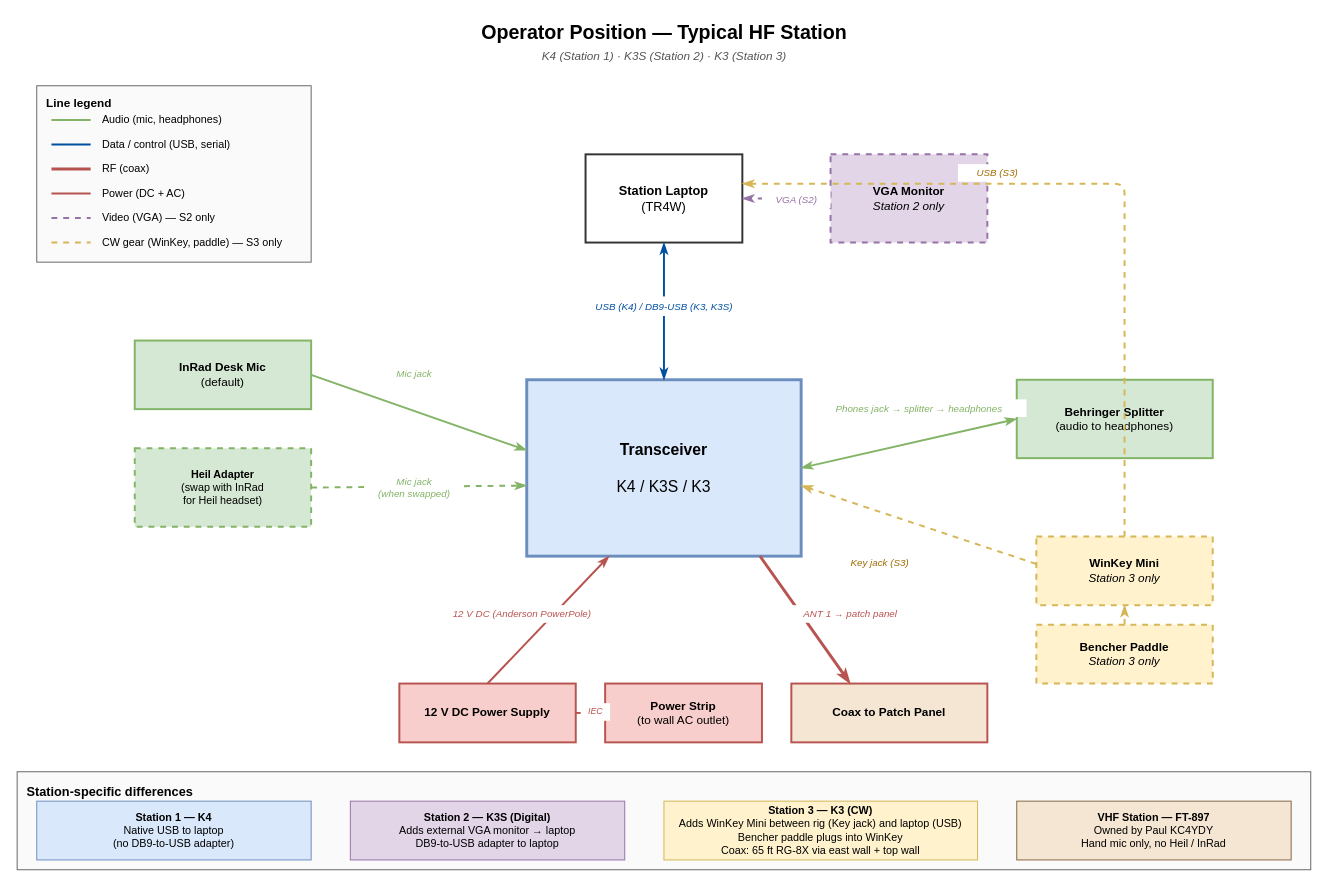
This is site-setup/operator-position.drawio from ny4i/pinellas-field-day, a draw.io file, before an edit. Source tidied: cells renumbered, new cells numbered last; positions are measured from the earlier drawing's top-left corner, leaving out a move shared by most shapes. Both pictures are drawn from the tidied source at 98%, with x=0, y=0 at pixel (17, 17).
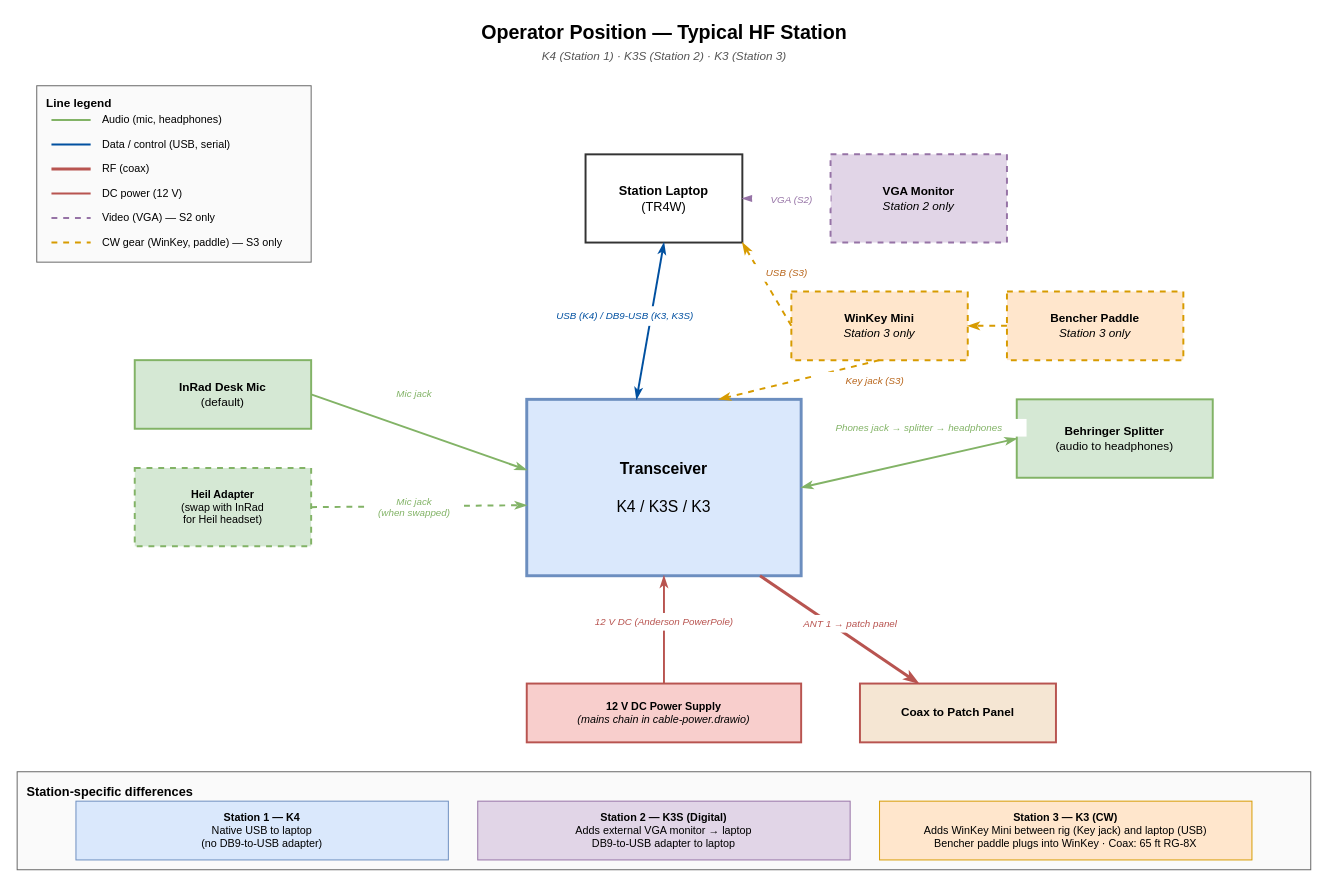
The same diagram, later.

Commit message (it also covers changes not shown here):
Add README with diagram viewing instructions; fix operator-position diagram

README covers folder layout and how to view .drawio files (web at
app.diagrams.net, Draw.io Desktop, VS Code extension).

operator-position.drawio: dropped VHF callout (wrong scope for an HF station
diagram), repositioned WinKey between rig and laptop to reflect its inline
role, removed power strip (mains chain belongs in cable-power.drawio),
recoloured CW gear orange to avoid collision with VHF yellow used in
site-layout.drawio.

The change refers to these unchanged cells:
```xml
<mxCell id="5" value="&lt;b&gt;Station Laptop&lt;/b&gt;&#10;(TR4W)" style="rounded=0;whiteSpace=wrap;html=1;fillColor=#ffffff;strokeColor=#333333;strokeWidth=2;fontSize=13;align=center;verticalAlign=middle;" parent="1" vertex="1">
  <mxGeometry x="580" y="140" width="160" height="90" as="geometry" />
</mxCell>
```

What changed in the source:
```diff
@@
     <mxCell id="4" value="&lt;b&gt;Transceiver&lt;/b&gt;&#10;&#10;K4 / K3S / K3" style="rounded=0;whiteSpace=wrap;html=1;fillColor=#dae8fc;strokeColor=#6c8ebf;strokeWidth=3;fontSize=16;align=center;verticalAlign=middle;" parent="1" vertex="1">
-      <mxGeometry x="520" y="370" width="280" height="180" as="geometry" />
+      <mxGeometry x="520" y="390" width="280" height="180" as="geometry" />
     </mxCell>
@@
     <mxCell id="6" value="&lt;b&gt;InRad Desk Mic&lt;/b&gt;&#10;(default)" style="rounded=0;whiteSpace=wrap;html=1;fillColor=#d5e8d4;strokeColor=#82b366;strokeWidth=2;fontSize=12;align=center;verticalAlign=middle;" parent="1" vertex="1">
-      <mxGeometry x="120" y="330" width="180" height="70" as="geometry" />
+      <mxGeometry x="120" y="350" width="180" height="70" as="geometry" />
     </mxCell>
     <mxCell id="7" value="&lt;b&gt;Heil Adapter&lt;/b&gt;&#10;(swap with InRad&#10;for Heil headset)" style="rounded=0;whiteSpace=wrap;html=1;fillColor=#d5e8d4;strokeColor=#82b366;strokeWidth=2;dashed=1;fontSize=11;align=center;verticalAlign=middle;" parent="1" vertex="1">
-      <mxGeometry x="120" y="440" width="180" height="80" as="geometry" />
+      <mxGeometry x="120" y="460" width="180" height="80" as="geometry" />
     </mxCell>
     <mxCell id="8" value="&lt;b&gt;Behringer Splitter&lt;/b&gt;&#10;(audio to headphones)" style="rounded=0;whiteSpace=wrap;html=1;fillColor=#d5e8d4;strokeColor=#82b366;strokeWidth=2;fontSize=12;align=center;verticalAlign=middle;" parent="1" vertex="1">
-      <mxGeometry x="1020" y="370" width="200" height="80" as="geometry" />
+      <mxGeometry x="1020" y="390" width="200" height="80" as="geometry" />
     </mxCell>
-    <mxCell id="9" value="&lt;b&gt;12 V DC Power Supply&lt;/b&gt;" style="rounded=0;whiteSpace=wrap;html=1;fillColor=#f8cecc;strokeColor=#b85450;strokeWidth=2;fontSize=12;align=center;verticalAlign=middle;" parent="1" vertex="1">
-      <mxGeometry x="390" y="680" width="180" height="60" as="geometry" />
+    <mxCell id="9" value="&lt;b&gt;12 V DC Power Supply&lt;/b&gt;&#10;&lt;i&gt;(mains chain in cable-power.drawio)&lt;/i&gt;" style="rounded=0;whiteSpace=wrap;html=1;fillColor=#f8cecc;strokeColor=#b85450;strokeWidth=2;fontSize=11;align=center;verticalAlign=middle;" parent="1" vertex="1">
+      <mxGeometry x="520" y="680" width="280" height="60" as="geometry" />
     </mxCell>
-    <mxCell id="10" value="&lt;b&gt;Power Strip&lt;/b&gt;&#10;(to wall AC outlet)" style="rounded=0;whiteSpace=wrap;html=1;fillColor=#f8cecc;strokeColor=#b85450;strokeWidth=2;fontSize=12;align=center;verticalAlign=middle;" parent="1" vertex="1">
-      <mxGeometry x="600" y="680" width="160" height="60" as="geometry" />
-    </mxCell>
     <mxCell id="11" value="&lt;b&gt;Coax to Patch Panel&lt;/b&gt;" style="rounded=0;whiteSpace=wrap;html=1;fillColor=#f5e6d3;strokeColor=#B85450;strokeWidth=2;fontSize=12;align=center;verticalAlign=middle;" parent="1" vertex="1">
-      <mxGeometry x="790" y="680" width="200" height="60" as="geometry" />
+      <mxGeometry x="860" y="680" width="200" height="60" as="geometry" />
     </mxCell>
     <mxCell id="12" value="&lt;b&gt;VGA Monitor&lt;/b&gt;&#10;&lt;i&gt;Station 2 only&lt;/i&gt;" style="rounded=0;whiteSpace=wrap;html=1;fillColor=#e1d5e7;strokeColor=#9673a6;strokeWidth=2;dashed=1;fontSize=12;align=center;verticalAlign=middle;" parent="1" vertex="1">
-      <mxGeometry x="830" y="140" width="160" height="90" as="geometry" />
+      <mxGeometry x="830" y="140" width="180" height="90" as="geometry" />
     </mxCell>
-    <mxCell id="13" value="&lt;b&gt;WinKey Mini&lt;/b&gt;&#10;&lt;i&gt;Station 3 only&lt;/i&gt;" style="rounded=0;whiteSpace=wrap;html=1;fillColor=#fff2cc;strokeColor=#d6b656;strokeWidth=2;dashed=1;fontSize=12;align=center;verticalAlign=middle;" parent="1" vertex="1">
-      <mxGeometry x="1040" y="530" width="180" height="70" as="geometry" />
+    <mxCell id="13" value="&lt;b&gt;WinKey Mini&lt;/b&gt;&#10;&lt;i&gt;Station 3 only&lt;/i&gt;" style="rounded=0;whiteSpace=wrap;html=1;fillColor=#ffe6cc;strokeColor=#d79b00;strokeWidth=2;dashed=1;fontSize=12;align=center;verticalAlign=middle;" parent="1" vertex="1">
+      <mxGeometry x="790" y="280" width="180" height="70" as="geometry" />
     </mxCell>
-    <mxCell id="14" value="&lt;b&gt;Bencher Paddle&lt;/b&gt;&#10;&lt;i&gt;Station 3 only&lt;/i&gt;" style="rounded=0;whiteSpace=wrap;html=1;fillColor=#fff2cc;strokeColor=#d6b656;strokeWidth=2;dashed=1;fontSize=12;align=center;verticalAlign=middle;" parent="1" vertex="1">
-      <mxGeometry x="1040" y="620" width="180" height="60" as="geometry" />
+    <mxCell id="14" value="&lt;b&gt;Bencher Paddle&lt;/b&gt;&#10;&lt;i&gt;Station 3 only&lt;/i&gt;" style="rounded=0;whiteSpace=wrap;html=1;fillColor=#ffe6cc;strokeColor=#d79b00;strokeWidth=2;dashed=1;fontSize=12;align=center;verticalAlign=middle;" parent="1" vertex="1">
+      <mxGeometry x="1010" y="280" width="180" height="70" as="geometry" />
     </mxCell>
-    <mxCell id="15" style="endArrow=classicThin;startArrow=classicThin;html=1;strokeColor=#0050a0;strokeWidth=2;exitX=0.5;exitY=1;entryX=0.5;entryY=0;" parent="1" edge="1" source="5" target="4">
+    <mxCell id="15" style="endArrow=classicThin;startArrow=classicThin;html=1;strokeColor=#0050a0;strokeWidth=2;exitX=0.5;exitY=1;entryX=0.4;entryY=0;" parent="1" edge="1" source="5" target="4">
       <mxGeometry relative="1" as="geometry" />
     </mxCell>
     <mxCell id="16" value="USB (K4)  /  DB9-USB (K3, K3S)" style="text;html=1;align=center;verticalAlign=middle;fontSize=10;fontStyle=2;fontColor=#0050a0;fillColor=#ffffff;strokeColor=none;" parent="1" vertex="1">
-      <mxGeometry x="540" y="285" width="240" height="20" as="geometry" />
+      <mxGeometry x="500" y="295" width="240" height="20" as="geometry" />
     </mxCell>
@@
     <mxCell id="18" value="Mic jack" style="text;html=1;align=center;verticalAlign=middle;fontSize=10;fontStyle=2;fontColor=#82b366;fillColor=#ffffff;strokeColor=none;" parent="1" vertex="1">
-      <mxGeometry x="355" y="355" width="100" height="18" as="geometry" />
+      <mxGeometry x="355" y="375" width="100" height="18" as="geometry" />
     </mxCell>
@@
     <mxCell id="20" value="Mic jack&#10;(when swapped)" style="text;html=1;align=center;verticalAlign=middle;fontSize=10;fontStyle=2;fontColor=#82b366;fillColor=#ffffff;strokeColor=none;" parent="1" vertex="1">
-      <mxGeometry x="355" y="465" width="100" height="30" as="geometry" />
+      <mxGeometry x="355" y="485" width="100" height="30" as="geometry" />
     </mxCell>
@@
     <mxCell id="22" value="Phones jack → splitter → headphones" style="text;html=1;align=center;verticalAlign=middle;fontSize=10;fontStyle=2;fontColor=#82b366;fillColor=#ffffff;strokeColor=none;" parent="1" vertex="1">
-      <mxGeometry x="810" y="390" width="220" height="18" as="geometry" />
+      <mxGeometry x="810" y="410" width="220" height="18" as="geometry" />
     </mxCell>
-    <mxCell id="23" style="endArrow=classicThin;html=1;strokeColor=#b85450;strokeWidth=2;exitX=0.5;exitY=0;entryX=0.3;entryY=1;" parent="1" edge="1" source="9" target="4">
+    <mxCell id="23" style="endArrow=classicThin;html=1;strokeColor=#b85450;strokeWidth=2;exitX=0.5;exitY=0;entryX=0.5;entryY=1;" parent="1" edge="1" source="9" target="4">
       <mxGeometry relative="1" as="geometry" />
     </mxCell>
     <mxCell id="24" value="12 V DC  (Anderson PowerPole)" style="text;html=1;align=center;verticalAlign=middle;fontSize=10;fontStyle=2;fontColor=#b85450;fillColor=#ffffff;strokeColor=none;" parent="1" vertex="1">
-      <mxGeometry x="405" y="600" width="220" height="18" as="geometry" />
+      <mxGeometry x="540" y="608" width="240" height="18" as="geometry" />
     </mxCell>
-    <mxCell id="25" style="endArrow=classicThin;html=1;strokeColor=#b85450;strokeWidth=2;exitX=1;exitY=0.5;entryX=0;entryY=0.5;" parent="1" edge="1" source="9" target="10">
-      <mxGeometry relative="1" as="geometry" />
-    </mxCell>
-    <mxCell id="26" value="IEC" style="text;html=1;align=center;verticalAlign=middle;fontSize=9;fontStyle=2;fontColor=#b85450;fillColor=#ffffff;strokeColor=none;" parent="1" vertex="1">
-      <mxGeometry x="575" y="700" width="30" height="18" as="geometry" />
-    </mxCell>
@@
     <mxCell id="28" value="ANT 1  →  patch panel" style="text;html=1;align=center;verticalAlign=middle;fontSize=10;fontStyle=2;fontColor=#B85450;fillColor=#ffffff;strokeColor=none;" parent="1" vertex="1">
-      <mxGeometry x="760" y="600" width="180" height="18" as="geometry" />
+      <mxGeometry x="760" y="610" width="180" height="18" as="geometry" />
     </mxCell>
@@
     <mxCell id="30" value="VGA (S2)" style="text;html=1;align=center;verticalAlign=middle;fontSize=10;fontStyle=2;fontColor=#9673a6;fillColor=#ffffff;strokeColor=none;" parent="1" vertex="1">
-      <mxGeometry x="760" y="177" width="70" height="18" as="geometry" />
+      <mxGeometry x="750" y="177" width="80" height="18" as="geometry" />
     </mxCell>
-    <mxCell id="31" style="endArrow=classicThin;html=1;strokeColor=#d6b656;strokeWidth=2;dashed=1;exitX=0;exitY=0.4;entryX=1;entryY=0.6;" parent="1" edge="1" source="13" target="4">
+    <mxCell id="31" style="endArrow=classicThin;html=1;strokeColor=#d79b00;strokeWidth=2;dashed=1;exitX=0.5;exitY=1;entryX=0.7;entryY=0;" parent="1" edge="1" source="13" target="4">
       <mxGeometry relative="1" as="geometry" />
     </mxCell>
-    <mxCell id="32" value="Key jack (S3)" style="text;html=1;align=center;verticalAlign=middle;fontSize=10;fontStyle=2;fontColor=#a06b00;fillColor=#ffffff;strokeColor=none;" parent="1" vertex="1">
-      <mxGeometry x="830" y="548" width="100" height="18" as="geometry" />
+    <mxCell id="32" value="Key jack (S3)" style="text;html=1;align=center;verticalAlign=middle;fontSize=10;fontStyle=2;fontColor=#b8651a;fillColor=#ffffff;strokeColor=none;" parent="1" vertex="1">
+      <mxGeometry x="815" y="362" width="120" height="18" as="geometry" />
     </mxCell>
-    <mxCell id="33" style="endArrow=classicThin;html=1;strokeColor=#d6b656;strokeWidth=2;dashed=1;" parent="1" edge="1" source="13" target="5">
-      <mxGeometry relative="1" as="geometry">
-        <Array as="points">
-          <mxPoint x="1130" y="170" />
-          <mxPoint x="740" y="170" />
-        </Array>
-      </mxGeometry>
+    <mxCell id="33" style="endArrow=classicThin;html=1;strokeColor=#d79b00;strokeWidth=2;dashed=1;exitX=0;exitY=0.5;entryX=1;entryY=1;" parent="1" edge="1" source="13" target="5">
+      <mxGeometry relative="1" as="geometry" />
     </mxCell>
-    <mxCell id="34" value="USB (S3)" style="text;html=1;align=center;verticalAlign=middle;fontSize=10;fontStyle=2;fontColor=#a06b00;fillColor=#ffffff;strokeColor=none;" parent="1" vertex="1">
-      <mxGeometry x="960" y="150" width="80" height="18" as="geometry" />
+    <mxCell id="34" value="USB (S3)" style="text;html=1;align=center;verticalAlign=middle;fontSize=10;fontStyle=2;fontColor=#b8651a;fillColor=#ffffff;strokeColor=none;" parent="1" vertex="1">
+      <mxGeometry x="750" y="252" width="70" height="18" as="geometry" />
     </mxCell>
-    <mxCell id="35" style="endArrow=classicThin;html=1;strokeColor=#d6b656;strokeWidth=2;dashed=1;exitX=0.5;exitY=0;entryX=0.5;entryY=1;" parent="1" edge="1" source="14" target="13">
+    <mxCell id="35" style="endArrow=classicThin;html=1;strokeColor=#d79b00;strokeWidth=2;dashed=1;exitX=0;exitY=0.5;entryX=1;entryY=0.5;" parent="1" edge="1" source="14" target="13">
       <mxGeometry relative="1" as="geometry" />
     </mxCell>
@@
     <mxCell id="37" value="&lt;b&gt;Station 1 — K4&lt;/b&gt;&#10;Native USB to laptop&#10;(no DB9-to-USB adapter)" style="rounded=0;whiteSpace=wrap;html=1;fillColor=#dae8fc;strokeColor=#6c8ebf;strokeWidth=1;fontSize=11;align=center;verticalAlign=middle;" parent="1" vertex="1">
-      <mxGeometry x="20" y="800" width="280" height="60" as="geometry" />
+      <mxGeometry x="60" y="800" width="380" height="60" as="geometry" />
     </mxCell>
     <mxCell id="38" value="&lt;b&gt;Station 2 — K3S (Digital)&lt;/b&gt;&#10;Adds external VGA monitor → laptop&#10;DB9-to-USB adapter to laptop" style="rounded=0;whiteSpace=wrap;html=1;fillColor=#e1d5e7;strokeColor=#9673a6;strokeWidth=1;fontSize=11;align=center;verticalAlign=middle;" parent="1" vertex="1">
-      <mxGeometry x="340" y="800" width="280" height="60" as="geometry" />
+      <mxGeometry x="470" y="800" width="380" height="60" as="geometry" />
     </mxCell>
-    <mxCell id="39" value="&lt;b&gt;Station 3 — K3 (CW)&lt;/b&gt;&#10;Adds WinKey Mini between rig (Key jack) and laptop (USB)&#10;Bencher paddle plugs into WinKey&#10;Coax: 65 ft RG-8X via east wall + top wall" style="rounded=0;whiteSpace=wrap;html=1;fillColor=#fff2cc;strokeColor=#d6b656;strokeWidth=1;fontSize=11;align=center;verticalAlign=middle;" parent="1" vertex="1">
-      <mxGeometry x="660" y="800" width="320" height="60" as="geometry" />
+    <mxCell id="39" value="&lt;b&gt;Station 3 — K3 (CW)&lt;/b&gt;&#10;Adds WinKey Mini between rig (Key jack) and laptop (USB)&#10;Bencher paddle plugs into WinKey · Coax: 65 ft RG-8X" style="rounded=0;whiteSpace=wrap;html=1;fillColor=#ffe6cc;strokeColor=#d79b00;strokeWidth=1;fontSize=11;align=center;verticalAlign=middle;" parent="1" vertex="1">
+      <mxGeometry x="880" y="800" width="380" height="60" as="geometry" />
     </mxCell>
-    <mxCell id="40" value="&lt;b&gt;VHF Station — FT-897&lt;/b&gt;&#10;Owned by Paul KC4YDY&#10;Hand mic only, no Heil / InRad" style="rounded=0;whiteSpace=wrap;html=1;fillColor=#f5e6d3;strokeColor=#856544;strokeWidth=1;fontSize=11;align=center;verticalAlign=middle;" parent="1" vertex="1">
-      <mxGeometry x="1020" y="800" width="280" height="60" as="geometry" />
-    </mxCell>
@@
-    <mxCell id="49" value="Power (DC + AC)" style="text;html=1;align=left;verticalAlign=middle;fontSize=11;" parent="1" vertex="1">
+    <mxCell id="49" value="DC power (12 V)" style="text;html=1;align=left;verticalAlign=middle;fontSize=11;" parent="1" vertex="1">
       <mxGeometry x="85" y="170" width="200" height="20" as="geometry" />
     </mxCell>
@@
-    <mxCell id="52" style="endArrow=none;html=1;strokeColor=#d6b656;strokeWidth=2;dashed=1;" parent="1" edge="1">
+    <mxCell id="52" style="endArrow=none;html=1;strokeColor=#d79b00;strokeWidth=2;dashed=1;" parent="1" edge="1">
       <mxGeometry relative="1" as="geometry">
         <mxPoint x="35" y="230" as="sourcePoint" />
         <mxPoint x="75" y="230" as="targetPoint" />
       </mxGeometry>
     </mxCell>
```
